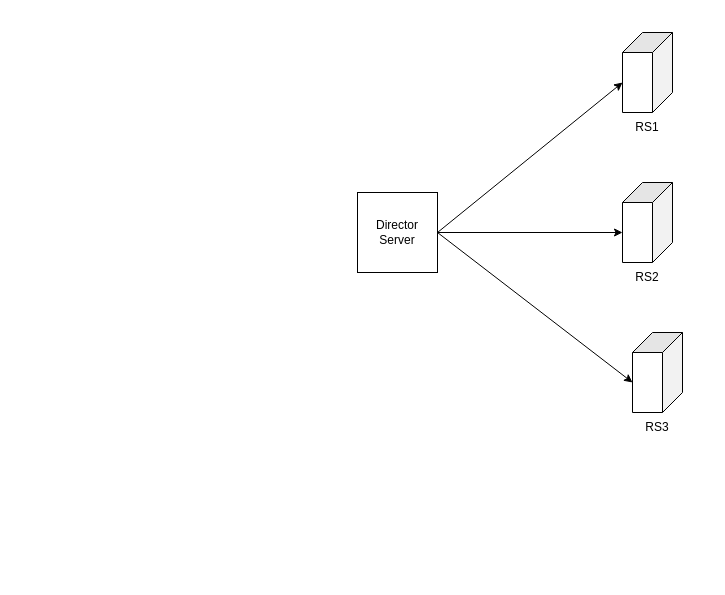
Above: LVS.drawio in ctimbai/draw.io (draw.io), before the change. Source tidied: cells renumbered, new cells numbered last; positions are measured from the earlier drawing's top-left corner, leaving out a move shared by most shapes. Both pictures are drawn from the tidied source at 100%, with x=0, y=0 at pixel (357, 47).
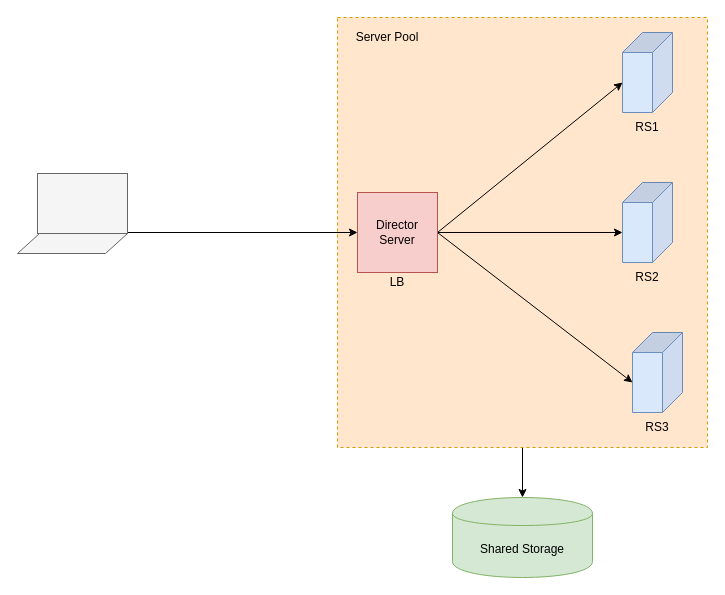
The same diagram, later.

Change to the diagram source:
```diff
@@
+    <mxCell id="12" style="edgeStyle=orthogonalEdgeStyle;rounded=0;jettySize=auto;html=1;" parent="1" edge="1" source="13" target="15">
+      <mxGeometry relative="1" as="geometry" />
+    </mxCell>
+    <mxCell id="13" style="rounded=0;whiteSpace=wrap;html=1;dashed=1;fillColor=#ffe6cc;strokeColor=#d79b00;" parent="1" vertex="1">
+      <mxGeometry x="-20" y="-30" width="370" height="430" as="geometry" />
+    </mxCell>
@@
-    <mxCell id="5" value="Director&lt;br&gt;Server" style="whiteSpace=wrap;html=1;" parent="1" vertex="1">
+    <mxCell id="5" value="Director&lt;br&gt;Server" style="whiteSpace=wrap;html=1;fillColor=#f8cecc;strokeColor=#b85450;" parent="1" vertex="1">
       <mxGeometry y="145" width="80" height="80" as="geometry" />
     </mxCell>
-    <mxCell id="6" style="shape=cube;whiteSpace=wrap;html=1;boundedLbl=1;backgroundOutline=1;darkOpacity=0.05;darkOpacity2=0.1;rotation=90;" parent="1" vertex="1">
+    <mxCell id="6" style="shape=cube;whiteSpace=wrap;html=1;boundedLbl=1;backgroundOutline=1;darkOpacity=0.05;darkOpacity2=0.1;rotation=90;fillColor=#dae8fc;strokeColor=#6c8ebf;" parent="1" vertex="1">
       <mxGeometry x="250" width="80" height="50" as="geometry" />
     </mxCell>
-    <mxCell id="7" style="shape=cube;whiteSpace=wrap;html=1;boundedLbl=1;backgroundOutline=1;darkOpacity=0.05;darkOpacity2=0.1;rotation=90;" parent="1" vertex="1">
+    <mxCell id="7" style="shape=cube;whiteSpace=wrap;html=1;boundedLbl=1;backgroundOutline=1;darkOpacity=0.05;darkOpacity2=0.1;rotation=90;fillColor=#dae8fc;strokeColor=#6c8ebf;" parent="1" vertex="1">
       <mxGeometry x="250" y="150" width="80" height="50" as="geometry" />
     </mxCell>
-    <mxCell id="8" style="shape=cube;whiteSpace=wrap;html=1;boundedLbl=1;backgroundOutline=1;darkOpacity=0.05;darkOpacity2=0.1;rotation=90;" parent="1" vertex="1">
+    <mxCell id="8" style="shape=cube;whiteSpace=wrap;html=1;boundedLbl=1;backgroundOutline=1;darkOpacity=0.05;darkOpacity2=0.1;rotation=90;fillColor=#dae8fc;strokeColor=#6c8ebf;" parent="1" vertex="1">
       <mxGeometry x="260" y="300" width="80" height="50" as="geometry" />
     </mxCell>
@@
+    <mxCell id="14" value="Server Pool" style="text;html=1;strokeColor=none;fillColor=none;align=center;verticalAlign=middle;whiteSpace=wrap;rounded=0;" parent="1" vertex="1">
+      <mxGeometry x="-10" y="-20" width="80" height="20" as="geometry" />
+    </mxCell>
+    <mxCell id="15" value="Shared Storage" style="shape=cylinder;whiteSpace=wrap;html=1;boundedLbl=1;backgroundOutline=1;fillColor=#d5e8d4;strokeColor=#82b366;" parent="1" vertex="1">
+      <mxGeometry x="95" y="450" width="140" height="80" as="geometry" />
+    </mxCell>
+    <mxCell id="16" style="edgeStyle=orthogonalEdgeStyle;rounded=0;jettySize=auto;html=1;entryX=0;entryY=0.5;entryDx=0;entryDy=0;exitX=1;exitY=1;exitDx=0;exitDy=0;" parent="1" edge="1" source="17" target="5">
+      <mxGeometry relative="1" as="geometry">
+        <Array as="points">
+          <mxPoint x="-280" y="185" />
+        </Array>
+      </mxGeometry>
+    </mxCell>
+    <mxCell id="17" style="rounded=0;whiteSpace=wrap;html=1;fillColor=#f5f5f5;strokeColor=#666666;fontColor=#333333;" parent="1" vertex="1">
+      <mxGeometry x="-320" y="126" width="90" height="60" as="geometry" />
+    </mxCell>
+    <mxCell id="18" style="shape=parallelogram;perimeter=parallelogramPerimeter;whiteSpace=wrap;html=1;fillColor=#f5f5f5;strokeColor=#666666;fontColor=#333333;" parent="1" vertex="1">
+      <mxGeometry x="-340" y="186" width="110" height="20" as="geometry" />
+    </mxCell>
+    <mxCell id="19" value="LB" style="text;html=1;strokeColor=none;fillColor=none;align=center;verticalAlign=middle;whiteSpace=wrap;rounded=0;dashed=1;" parent="1" vertex="1">
+      <mxGeometry x="20" y="225" width="40" height="20" as="geometry" />
+    </mxCell>
```
